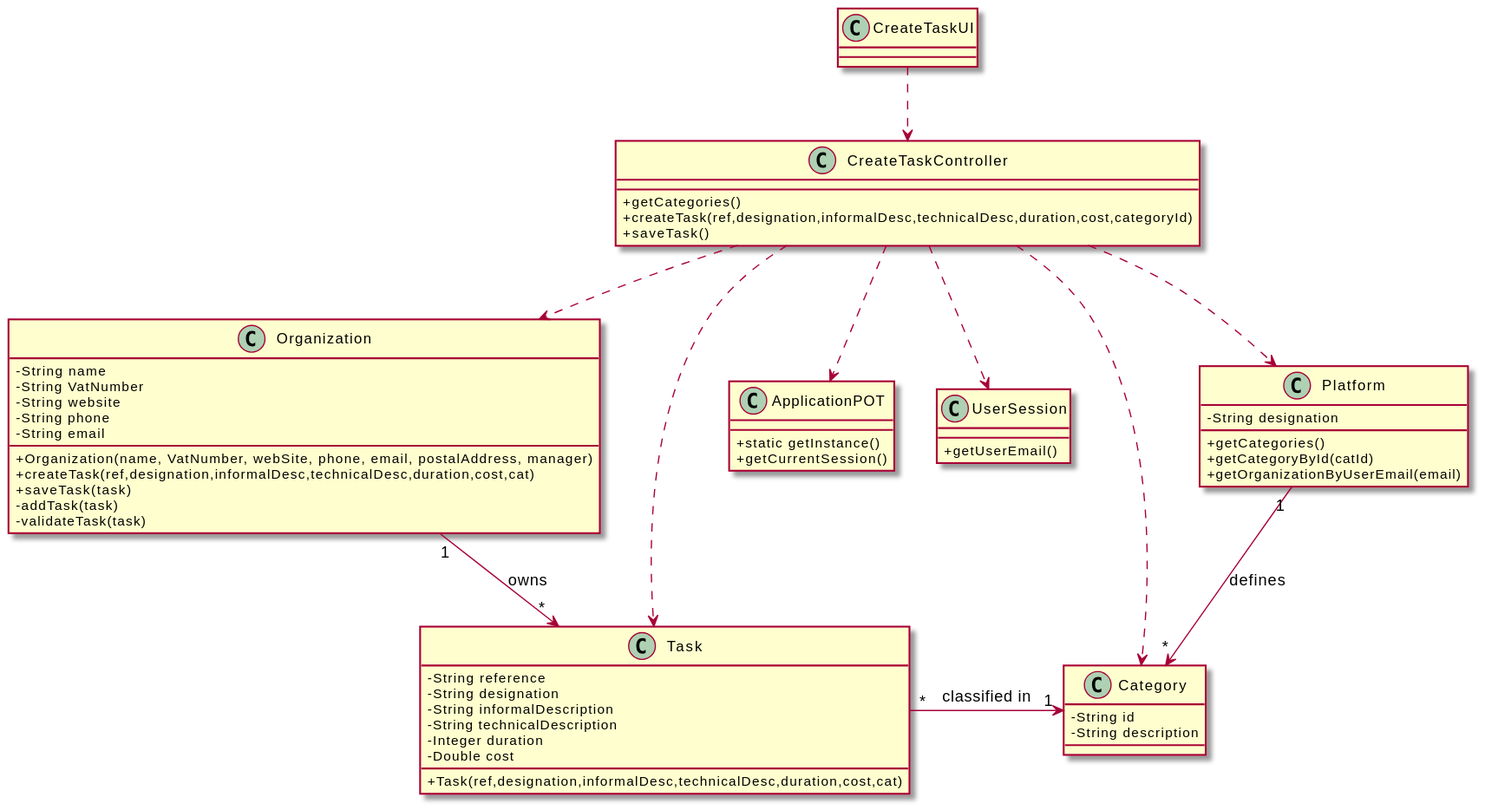
Earlier version of the PlantUML export docs/SprintB/US03/CD/US03_CD.svg (miseEnPlace-i/lapr2).
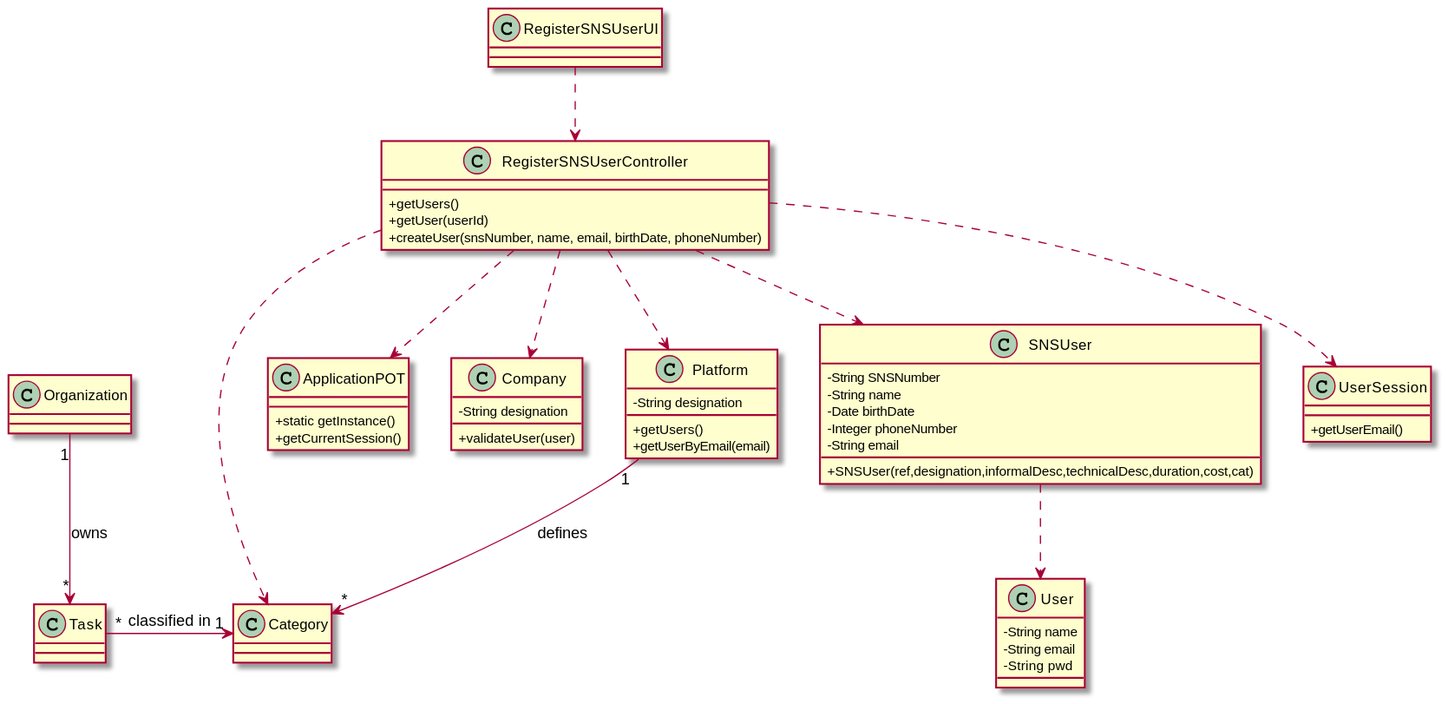
After the commit.

What changed in the source:
```diff
@@ -1,72 +1,62 @@
-@startuml
+@startuml Class Diagram
 skinparam classAttributeIconSize 0
 
-class ApplicationPOT
-{
-  +static getInstance()
-  +getCurrentSession()
+class ApplicationPOT {
+  + static getInstance()
+  + getCurrentSession()
 }
 
-class UserSession
-{
-  +getUserEmail()
-}
-
-class Task {
-  -String reference
-  -String designation
-  -String informalDescription
-  -String technicalDescription
-  -Integer duration
-  -Double cost
-  +Task(ref,designation,informalDesc,technicalDesc,duration,cost,cat)
-}
-
-class Category {
-  -String id
-  -String description
-}
-
-class Organization {
-  -String name
-  -String VatNumber
-  -String website
-  -String phone
-  -String email
-  +Organization(name, VatNumber, webSite, phone, email, postalAddress, manager)
-  +createTask(ref,designation,informalDesc,technicalDesc,duration,cost,cat)
-  +saveTask(task)
-  -addTask(task)
-  -validateTask(task)
+class Company {
+  - String designation
+  + validateUser(user)
 }
 
 class Platform {
-  -String designation
-  +getCategories()
-  +getCategoryById(catId)
-  +getOrganizationByUserEmail(email)
+  - String designation
+  + getUsers()
+  + getUserByEmail(email)
 }
 
-class CreateTaskController {
-  +getCategories()
-  +createTask(ref,designation,informalDesc,technicalDesc,duration,cost,categoryId)
-  +saveTask()
+class RegisterSNSUserController {
+  + getUsers()
+  + getUser(userId)
+  + createUser(snsNumber, name, email, birthDate, phoneNumber)
 }
 
-class CreateTaskUI {
+class RegisterSNSUserUI { }
 
+class SNSUser {
+  - String SNSNumber
+  - String name
+  - Date birthDate
+  - Integer phoneNumber
+  - String email
+  + SNSUser(ref,designation,informalDesc,technicalDesc,duration,cost,cat)
 }
 
-CreateTaskUI ..> CreateTaskController
-CreateTaskController ..> Platform
-CreateTaskController ..> Category
-CreateTaskController ..> Task
-CreateTaskController ..> Organization
-CreateTaskController ..> ApplicationPOT
-CreateTaskController ..> UserSession
+class User {
+  - String name
+  - String email
+  - String pwd
+}
+
+class UserSession {
+  + getUserEmail()
+}
+
+RegisterSNSUserController ..> ApplicationPOT
+RegisterSNSUserController ..> Category
+RegisterSNSUserController ..> Company
+RegisterSNSUserController ..> Platform
+RegisterSNSUserController ..> SNSUser
+RegisterSNSUserController ..> UserSession
+
+RegisterSNSUserUI ..> RegisterSNSUserController
+
+SNSUser ..> User
+
 Task "*" -> "1" Category : classified in
 Platform "1" --> "*" Category : defines
 Organization "1" --> "*" Task : owns
 
-
 @enduml
```
